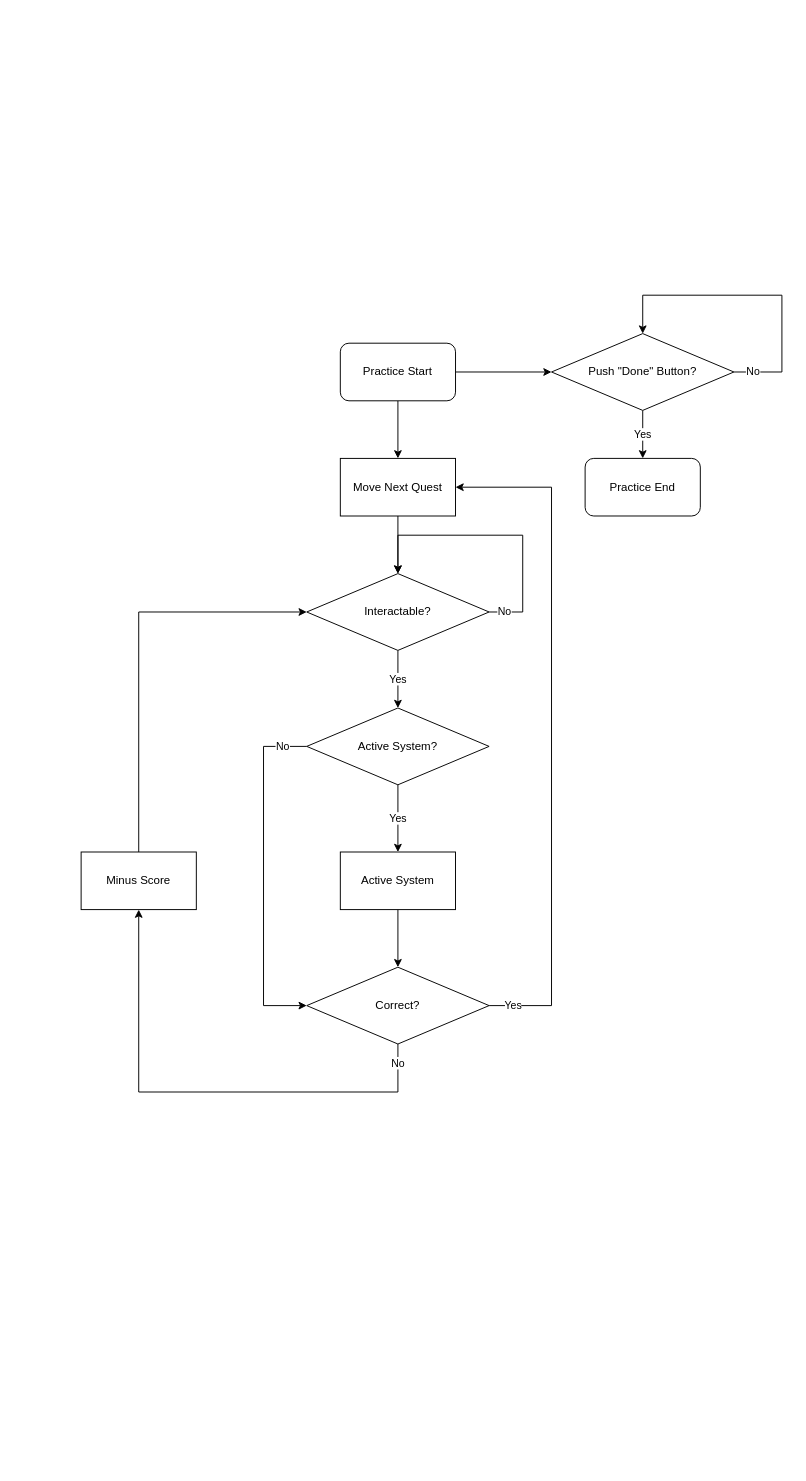
Earlier version of the draw.io diagram page "Practice System" (8 of 8) of BUKEDU Module FlowChart.drawio (SnowDinn/FlowChart). Source tidied: cells renumbered, new cells numbered last; positions are measured from the earlier drawing's top-left corner, leaving out a move shared by most shapes. Both pictures are drawn from the tidied source at 96%, with x=0, y=0 at pixel (81, 295).
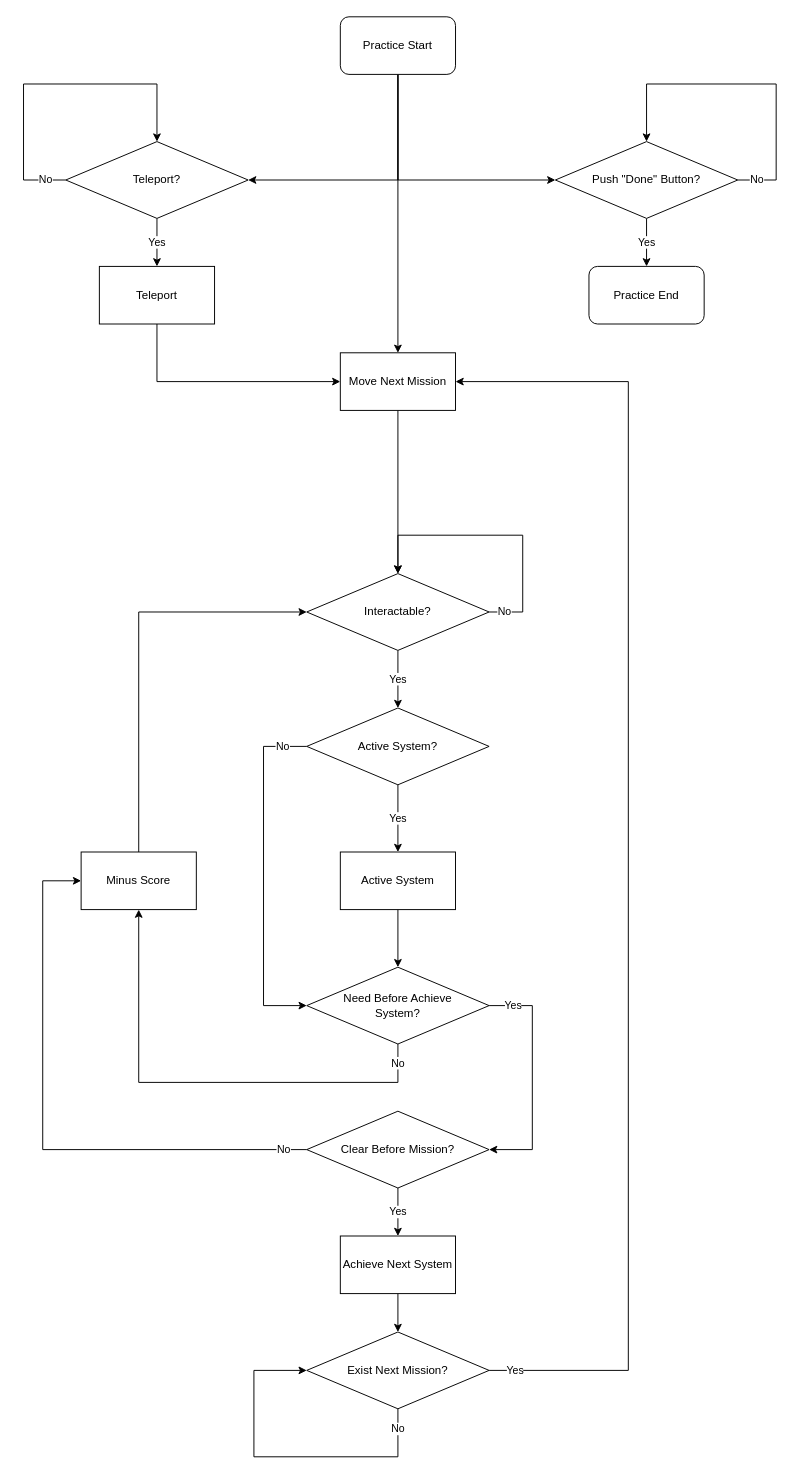
The same page after the edit.

Unchanged cells that the change refers to:
```xml
<mxCell id="13" value="Minus Score" style="rounded=0;whiteSpace=wrap;html=1;" parent="1" vertex="1">
  <mxGeometry y="580" width="120" height="60" as="geometry" />
</mxCell>
<mxCell id="15" value="Interactable?" style="rhombus;whiteSpace=wrap;html=1;" parent="1" vertex="1">
  <mxGeometry x="235" y="290" width="190" height="80" as="geometry" />
</mxCell>
```

Diff of the diagram source:
```diff
@@
-    <mxCell id="2" style="edgeStyle=orthogonalEdgeStyle;rounded=0;jettySize=auto;html=1;exitX=0.5;exitY=1;exitDx=0;exitDy=0;entryX=0.5;entryY=0;entryDx=0;entryDy=0;" parent="1" edge="1" source="4" target="8">
-      <mxGeometry relative="1" as="geometry" />
-    </mxCell>
-    <mxCell id="3" style="edgeStyle=orthogonalEdgeStyle;rounded=0;jettySize=auto;html=1;exitX=1;exitY=0.5;exitDx=0;exitDy=0;entryX=0;entryY=0.5;entryDx=0;entryDy=0;" parent="1" edge="1" source="4" target="6">
+    <mxCell id="3" style="edgeStyle=orthogonalEdgeStyle;rounded=0;jettySize=auto;html=1;exitX=0.5;exitY=1;exitDx=0;exitDy=0;entryX=0;entryY=0.5;entryDx=0;entryDy=0;" parent="1" edge="1" source="4" target="6">
       <mxGeometry relative="1" as="geometry" />
     </mxCell>
+    <mxCell id="24" style="edgeStyle=orthogonalEdgeStyle;rounded=0;jettySize=auto;html=1;exitX=0.5;exitY=1;exitDx=0;exitDy=0;entryX=1;entryY=0.5;entryDx=0;entryDy=0;" parent="1" edge="1" source="4" target="28">
+      <mxGeometry relative="1" as="geometry" />
+    </mxCell>
+    <mxCell id="25" style="edgeStyle=orthogonalEdgeStyle;rounded=0;jettySize=auto;html=1;exitX=0.5;exitY=1;exitDx=0;exitDy=0;entryX=0.5;entryY=0;entryDx=0;entryDy=0;" parent="1" edge="1" source="4" target="33">
+      <mxGeometry relative="1" as="geometry" />
+    </mxCell>
     <mxCell id="4" value="Practice Start" style="rounded=1;whiteSpace=wrap;html=1;" parent="1" vertex="1">
-      <mxGeometry x="270" y="50" width="120" height="60" as="geometry" />
+      <mxGeometry x="270" y="-290" width="120" height="60" as="geometry" />
     </mxCell>
@@
     <mxCell id="6" value="Push &quot;Done&quot; Button?" style="rhombus;whiteSpace=wrap;html=1;" parent="1" vertex="1">
-      <mxGeometry x="490" y="40" width="190" height="80" as="geometry" />
+      <mxGeometry x="494" y="-160" width="190" height="80" as="geometry" />
     </mxCell>
-    <mxCell id="7" style="edgeStyle=orthogonalEdgeStyle;rounded=0;jettySize=auto;html=1;exitX=0.5;exitY=1;exitDx=0;exitDy=0;" parent="1" edge="1" source="8" target="15">
-      <mxGeometry relative="1" as="geometry" />
-    </mxCell>
-    <mxCell id="8" value="Move Next Quest" style="rounded=0;whiteSpace=wrap;html=1;" parent="1" vertex="1">
-      <mxGeometry x="270" y="170" width="120" height="60" as="geometry" />
-    </mxCell>
@@
-    <mxCell id="16" value="Yes" style="edgeStyle=orthogonalEdgeStyle;rounded=0;jettySize=auto;html=1;exitX=1;exitY=0.5;exitDx=0;exitDy=0;entryX=1;entryY=0.5;entryDx=0;entryDy=0;" parent="1" edge="1" source="18" target="8">
-      <mxGeometry x="-0.93" relative="1" as="geometry">
-        <Array as="points">
-          <mxPoint x="490" y="740" />
-          <mxPoint x="490" y="200" />
-        </Array>
-      </mxGeometry>
-    </mxCell>
     <mxCell id="17" value="No" style="edgeStyle=orthogonalEdgeStyle;rounded=0;jettySize=auto;html=1;exitX=0.5;exitY=1;exitDx=0;exitDy=0;entryX=0.5;entryY=1;entryDx=0;entryDy=0;" parent="1" edge="1" source="18" target="13">
       <mxGeometry x="-0.92" relative="1" as="geometry">
         <Array as="points">
-          <mxPoint x="330" y="830" />
-          <mxPoint x="60" y="830" />
+          <mxPoint x="330" y="820" />
+          <mxPoint x="60" y="820" />
         </Array>
       </mxGeometry>
     </mxCell>
+    <mxCell id="26" value="Yes" style="edgeStyle=orthogonalEdgeStyle;rounded=0;jettySize=auto;html=1;exitX=1;exitY=0.5;exitDx=0;exitDy=0;entryX=1;entryY=0.5;entryDx=0;entryDy=0;" parent="1" edge="1" source="18" target="38">
+      <mxGeometry x="-0.79" relative="1" as="geometry">
+        <Array as="points">
+          <mxPoint x="470" y="740" />
+          <mxPoint x="470" y="890" />
+        </Array>
+      </mxGeometry>
+    </mxCell>
-    <mxCell id="18" value="Correct?" style="rhombus;whiteSpace=wrap;html=1;" parent="1" vertex="1">
+    <mxCell id="18" value="Need Before A&lt;span style=&quot;font-family: , &amp;#34;gulim&amp;#34; , &amp;#34;helvetica&amp;#34; , &amp;#34;나눔바른고딕 옛한글&amp;#34; , &amp;#34;nanumbarungothic yethangul&amp;#34; , , sans-serif ; text-align: left ; background-color: rgb(255 , 255 , 255)&quot;&gt;chieve&lt;/span&gt;&lt;br&gt;System?" style="rhombus;whiteSpace=wrap;html=1;" parent="1" vertex="1">
       <mxGeometry x="235" y="700" width="190" height="80" as="geometry" />
     </mxCell>
@@
     <mxCell id="21" value="Practice End" style="rounded=1;whiteSpace=wrap;html=1;" parent="1" vertex="1">
-      <mxGeometry x="525" y="170" width="120" height="60" as="geometry" />
+      <mxGeometry x="529" y="-30" width="120" height="60" as="geometry" />
     </mxCell>
@@
+    <mxCell id="27" value="Yes" style="edgeStyle=orthogonalEdgeStyle;rounded=0;jettySize=auto;html=1;exitX=0.5;exitY=1;exitDx=0;exitDy=0;entryX=0.5;entryY=0;entryDx=0;entryDy=0;" parent="1" edge="1" source="28" target="30">
+      <mxGeometry relative="1" as="geometry" />
+    </mxCell>
+    <mxCell id="28" value="Teleport?" style="rhombus;whiteSpace=wrap;html=1;" parent="1" vertex="1">
+      <mxGeometry x="-16" y="-160" width="190" height="80" as="geometry" />
+    </mxCell>
+    <mxCell id="29" style="edgeStyle=orthogonalEdgeStyle;rounded=0;jettySize=auto;html=1;exitX=0.5;exitY=1;exitDx=0;exitDy=0;entryX=0;entryY=0.5;entryDx=0;entryDy=0;" parent="1" edge="1" source="30" target="33">
+      <mxGeometry relative="1" as="geometry" />
+    </mxCell>
+    <mxCell id="30" value="Teleport" style="rounded=0;whiteSpace=wrap;html=1;" parent="1" vertex="1">
+      <mxGeometry x="19" y="-30" width="120" height="60" as="geometry" />
+    </mxCell>
+    <mxCell id="31" value="No" style="edgeStyle=orthogonalEdgeStyle;rounded=0;orthogonalLoop=1;jettySize=auto;html=1;exitX=0;exitY=0.5;exitDx=0;exitDy=0;entryX=0.5;entryY=0;entryDx=0;entryDy=0;" parent="1" edge="1" source="28" target="28">
+      <mxGeometry x="-0.88" relative="1" as="geometry">
+        <Array as="points">
+          <mxPoint x="-60" y="-120" />
+          <mxPoint x="-60" y="-220" />
+          <mxPoint x="79" y="-220" />
+        </Array>
+      </mxGeometry>
+    </mxCell>
     <mxCell id="23" value="No" style="edgeStyle=orthogonalEdgeStyle;rounded=0;orthogonalLoop=1;jettySize=auto;html=1;exitX=1;exitY=0.5;exitDx=0;exitDy=0;entryX=0.5;entryY=0;entryDx=0;entryDy=0;" parent="1" edge="1" source="6" target="6">
-      <mxGeometry x="-0.87" relative="1" as="geometry">
+      <mxGeometry x="-0.88" relative="1" as="geometry">
         <Array as="points">
-          <mxPoint x="730" y="80" />
-          <mxPoint x="730" />
-          <mxPoint x="585" />
+          <mxPoint x="724" y="-120" />
+          <mxPoint x="724" y="-220" />
+          <mxPoint x="589" y="-220" />
         </Array>
       </mxGeometry>
     </mxCell>
+    <mxCell id="32" style="edgeStyle=orthogonalEdgeStyle;rounded=0;jettySize=auto;html=1;exitX=0.5;exitY=1;exitDx=0;exitDy=0;" parent="1" edge="1" source="33">
+      <mxGeometry relative="1" as="geometry">
+        <mxPoint x="330" y="290" as="targetPoint" />
+      </mxGeometry>
+    </mxCell>
+    <mxCell id="33" value="Move Next Mission" style="rounded=0;whiteSpace=wrap;html=1;" parent="1" vertex="1">
+      <mxGeometry x="270" y="60" width="120" height="60" as="geometry" />
+    </mxCell>
+    <mxCell id="34" value="Yes" style="edgeStyle=orthogonalEdgeStyle;rounded=0;jettySize=auto;html=1;exitX=1;exitY=0.5;exitDx=0;exitDy=0;entryX=1;entryY=0.5;entryDx=0;entryDy=0;" parent="1" edge="1" source="35" target="33">
+      <mxGeometry x="-0.96" relative="1" as="geometry">
+        <Array as="points">
+          <mxPoint x="570" y="1120" />
+          <mxPoint x="570" y="90" />
+        </Array>
+      </mxGeometry>
+    </mxCell>
+    <mxCell id="35" value="Exist Next Mission?" style="rhombus;whiteSpace=wrap;html=1;" parent="1" vertex="1">
+      <mxGeometry x="235" y="1080" width="190" height="80" as="geometry" />
+    </mxCell>
+    <mxCell id="36" value="No" style="edgeStyle=orthogonalEdgeStyle;rounded=0;jettySize=auto;html=1;exitX=0;exitY=0.5;exitDx=0;exitDy=0;entryX=0;entryY=0.5;entryDx=0;entryDy=0;" parent="1" edge="1" source="38" target="13">
+      <mxGeometry x="-0.92" relative="1" as="geometry">
+        <Array as="points">
+          <mxPoint x="-40" y="890" />
+          <mxPoint x="-40" y="610" />
+        </Array>
+      </mxGeometry>
+    </mxCell>
+    <mxCell id="37" value="Yes" style="edgeStyle=orthogonalEdgeStyle;rounded=0;jettySize=auto;html=1;exitX=0.5;exitY=1;exitDx=0;exitDy=0;entryX=0.5;entryY=0;entryDx=0;entryDy=0;" parent="1" edge="1" source="38" target="40">
+      <mxGeometry relative="1" as="geometry" />
+    </mxCell>
+    <mxCell id="38" value="Clear Before Mission?" style="rhombus;whiteSpace=wrap;html=1;" parent="1" vertex="1">
+      <mxGeometry x="235" y="850" width="190" height="80" as="geometry" />
+    </mxCell>
+    <mxCell id="39" style="edgeStyle=orthogonalEdgeStyle;rounded=0;jettySize=auto;html=1;exitX=0.5;exitY=1;exitDx=0;exitDy=0;" parent="1" edge="1" source="40" target="35">
+      <mxGeometry relative="1" as="geometry" />
+    </mxCell>
+    <mxCell id="40" value="&lt;span style=&quot;font-family: , &amp;#34;gulim&amp;#34; , &amp;#34;helvetica&amp;#34; , &amp;#34;나눔바른고딕 옛한글&amp;#34; , &amp;#34;nanumbarungothic yethangul&amp;#34; , , sans-serif ; text-align: left ; background-color: rgb(255 , 255 , 255)&quot;&gt;Achieve Next System&lt;/span&gt;" style="rounded=0;whiteSpace=wrap;html=1;" parent="1" vertex="1">
+      <mxGeometry x="270" y="980" width="120" height="60" as="geometry" />
+    </mxCell>
+    <mxCell id="41" value="No" style="edgeStyle=orthogonalEdgeStyle;rounded=0;orthogonalLoop=1;jettySize=auto;html=1;exitX=0.5;exitY=1;exitDx=0;exitDy=0;entryX=0;entryY=0.5;entryDx=0;entryDy=0;" parent="1" edge="1" source="35" target="35">
+      <mxGeometry x="-0.88" relative="1" as="geometry">
+        <Array as="points">
+          <mxPoint x="330" y="1210" />
+          <mxPoint x="180" y="1210" />
+          <mxPoint x="180" y="1120" />
+        </Array>
+      </mxGeometry>
+    </mxCell>
```
